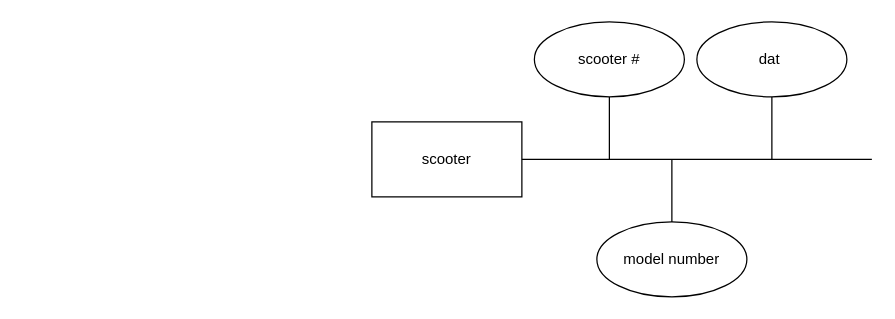
The draw.io diagram Untitled Diagram.drawio in victoriapuck15/ERdiagrams-, before the edit. Source tidied: cells renumbered, new cells numbered last; positions are measured from the earlier drawing's top-left corner, leaving out a move shared by most shapes. Both pictures are drawn from the tidied source at 125%, with x=0, y=0 at pixel (371, 21).
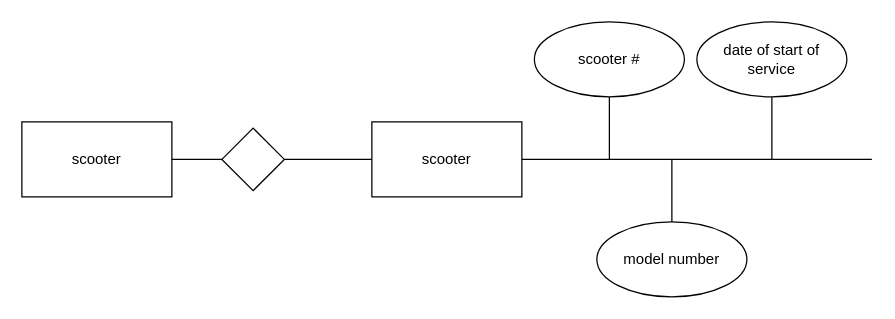
The same diagram, later.

The edit, as a diff of the source:
```diff
@@
-    <mxCell id="9" value="dat&amp;nbsp;" style="ellipse;whiteSpace=wrap;html=1;" parent="1" vertex="1">
+    <mxCell id="9" value="date of start of service" style="ellipse;whiteSpace=wrap;html=1;" parent="1" vertex="1">
       <mxGeometry x="260" width="120" height="60" as="geometry" />
     </mxCell>
+    <mxCell id="10" value="scooter" style="rounded=0;whiteSpace=wrap;html=1;" parent="1" vertex="1">
+      <mxGeometry x="-280" y="80" width="120" height="60" as="geometry" />
+    </mxCell>
+    <mxCell id="11" style="endArrow=none;html=1;rounded=0;" parent="1" edge="1">
+      <mxGeometry relative="1" as="geometry">
+        <mxPoint x="-160" y="110" as="sourcePoint" />
+        <mxPoint x="-120" y="110" as="targetPoint" />
+      </mxGeometry>
+    </mxCell>
+    <mxCell id="12" style="rhombus;whiteSpace=wrap;html=1;" parent="1" vertex="1">
+      <mxGeometry x="-120" y="85" width="50" height="50" as="geometry" />
+    </mxCell>
+    <mxCell id="13" style="endArrow=none;html=1;rounded=0;exitX=1;exitY=0.5;exitDx=0;exitDy=0;" parent="1" edge="1" source="12">
+      <mxGeometry relative="1" as="geometry">
+        <mxPoint x="-70" y="110" as="targetPoint" />
+        <Array as="points">
+          <mxPoint y="110" />
+        </Array>
+      </mxGeometry>
+    </mxCell>
```
